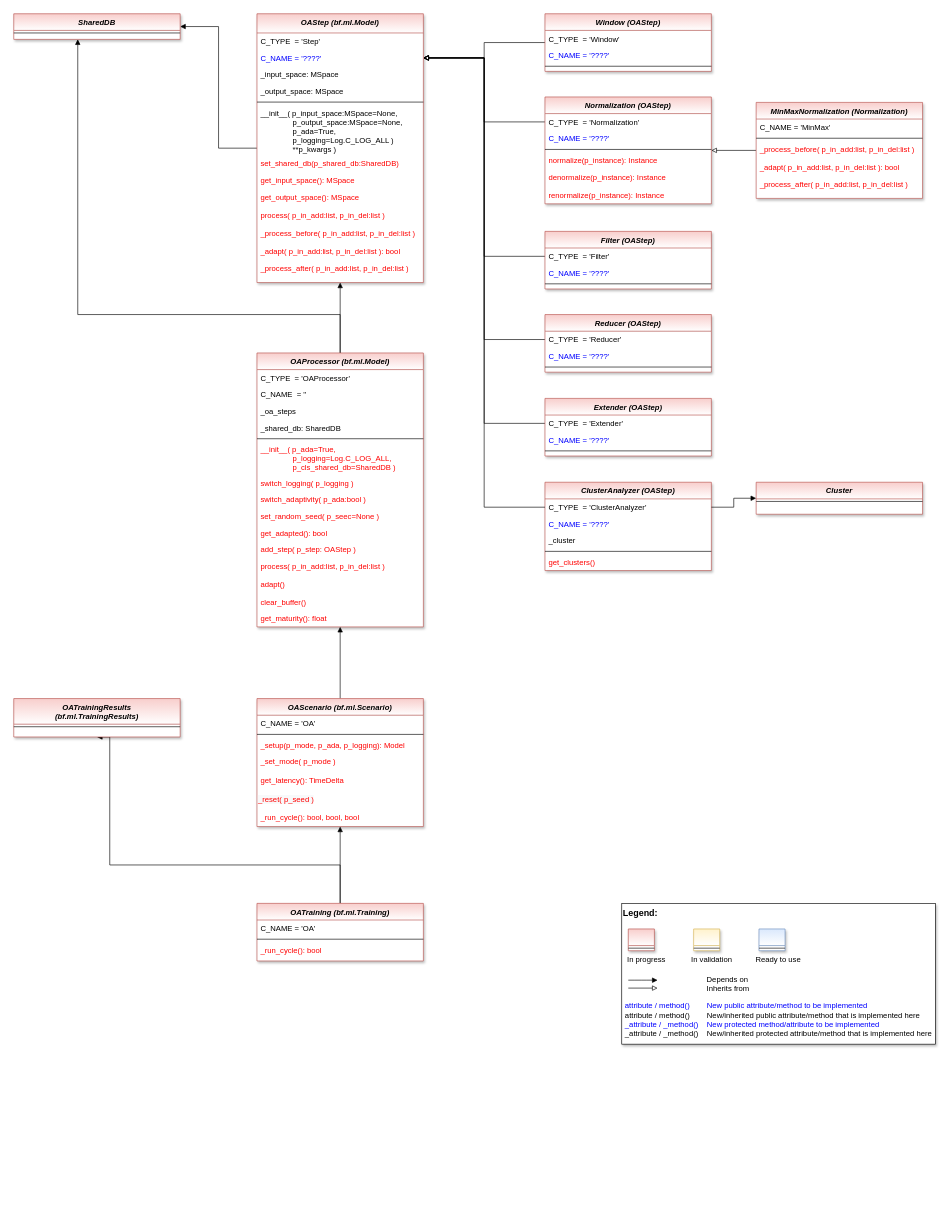
The draw.io diagram doc/rtd/content/append2/core/images/oa/MLPro-OA-Proc_class_diagram.drawio in fhswf/MLPro, before the edit. Source tidied: cells renumbered, new cells numbered last; positions are measured from the earlier drawing's top-left corner, leaving out a move shared by most shapes. Both pictures are drawn from the tidied source at 64%, with x=0, y=0 at pixel (13, 13).
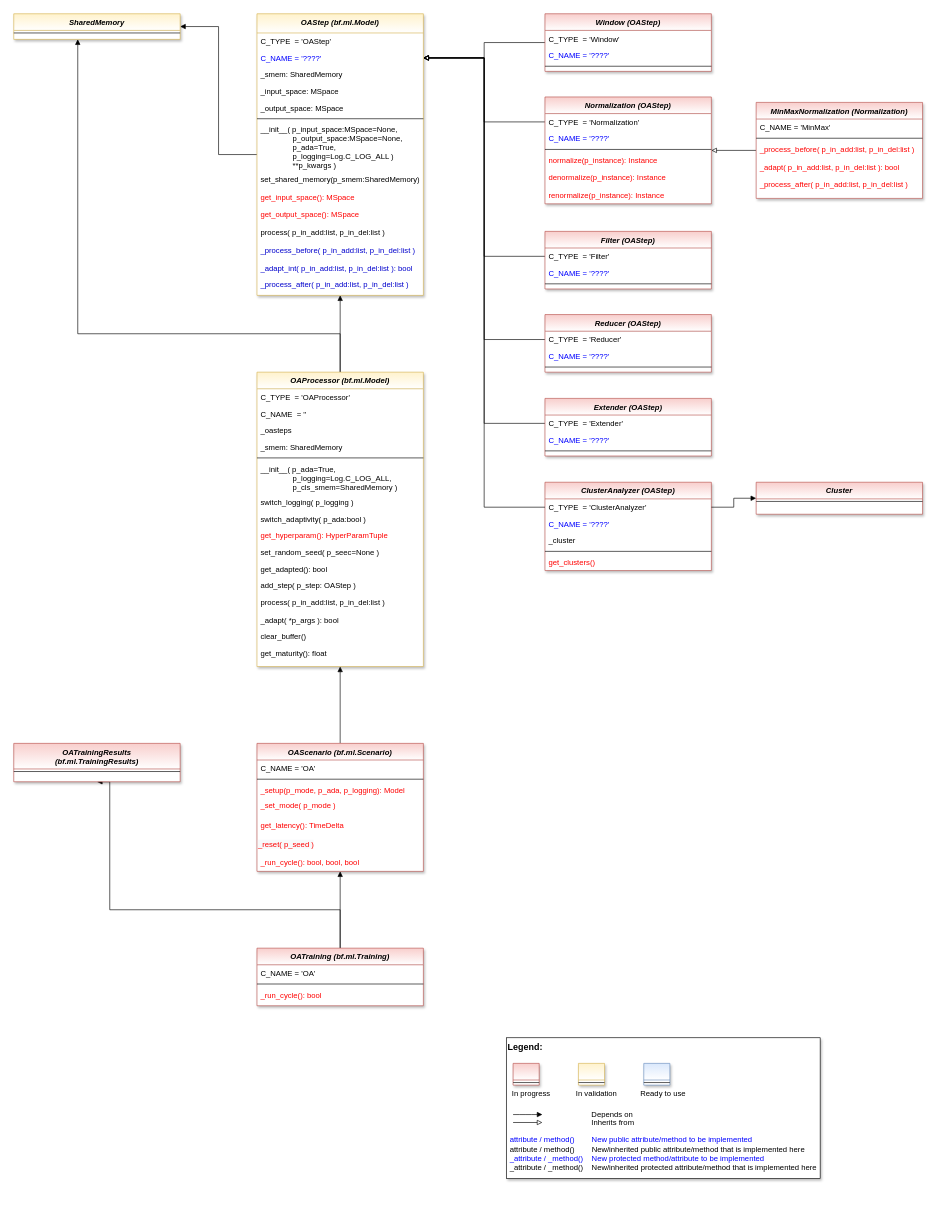
The same page after the edit.

Commit message (it also covers changes not shown here):
Initial design and code of OAStep, OAProcessor

Change to the diagram source:
```diff
@@
-    <mxCell id="3" value="OAStep (bf.ml.Model)" style="swimlane;fontStyle=3;align=center;verticalAlign=top;horizontal=1;startSize=30;rounded=0;shadow=1;strokeWidth=1;fillColor=#f8cecc;strokeColor=#b85450;swimlaneFillColor=#ffffff;gradientColor=#ffffff;" parent="1" vertex="1">
-      <mxGeometry x="380" width="260" height="420" as="geometry" />
+    <mxCell id="3" value="OAStep (bf.ml.Model)" style="swimlane;fontStyle=3;align=center;verticalAlign=top;horizontal=1;startSize=30;rounded=0;shadow=1;strokeWidth=1;fillColor=#fff2cc;strokeColor=#d6b656;swimlaneFillColor=#ffffff;gradientColor=#ffffff;" parent="1" vertex="1">
+      <mxGeometry x="380" width="260" height="440" as="geometry" />
     </mxCell>
-    <mxCell id="4" value="C_TYPE  = 'Step'" style="text;align=left;verticalAlign=top;spacingLeft=4;spacingRight=4;overflow=hidden;" parent="3" vertex="1">
+    <mxCell id="4" value="C_TYPE  = 'OAStep'" style="text;align=left;verticalAlign=top;spacingLeft=4;spacingRight=4;overflow=hidden;" parent="3" vertex="1">
       <mxGeometry y="30" width="260" height="26" as="geometry" />
     </mxCell>
@@
+    <mxCell id="109" value="_smem: SharedMemory" style="text;align=left;verticalAlign=top;spacingLeft=4;spacingRight=4;overflow=hidden;" parent="3" vertex="1">
+      <mxGeometry y="82" width="260" height="26" as="geometry" />
+    </mxCell>
     <mxCell id="6" value="_input_space: MSpace" style="text;align=left;verticalAlign=top;spacingLeft=4;spacingRight=4;overflow=hidden;" parent="3" vertex="1">
-      <mxGeometry y="82" width="260" height="26" as="geometry" />
+      <mxGeometry y="108" width="260" height="26" as="geometry" />
     </mxCell>
     <mxCell id="7" value="_output_space: MSpace" style="text;align=left;verticalAlign=top;spacingLeft=4;spacingRight=4;overflow=hidden;" parent="3" vertex="1">
-      <mxGeometry y="108" width="260" height="26" as="geometry" />
+      <mxGeometry y="134" width="260" height="26" as="geometry" />
     </mxCell>
     <mxCell id="8" style="line;html=1;strokeWidth=1;align=left;verticalAlign=middle;spacingTop=-1;spacingLeft=3;spacingRight=3;labelPosition=right;" parent="3" vertex="1">
-      <mxGeometry y="134" width="260" height="8" as="geometry" />
+      <mxGeometry y="160" width="260" height="8" as="geometry" />
     </mxCell>
     <mxCell id="9" value="__init__( p_input_space:MSpace=None,&#10;               p_output_space:MSpace=None,&#10;               p_ada=True,&#10;               p_logging=Log.C_LOG_ALL )&#10;               **p_kwargs )" style="text;align=left;verticalAlign=top;spacingLeft=4;spacingRight=4;overflow=hidden;" parent="3" vertex="1">
-      <mxGeometry y="142" width="260" height="78" as="geometry" />
+      <mxGeometry y="168" width="260" height="78" as="geometry" />
     </mxCell>
-    <mxCell id="10" value="set_shared_db(p_shared_db:SharedDB)" style="text;align=left;verticalAlign=top;spacingLeft=4;spacingRight=4;overflow=hidden;fontColor=#FF0000;" parent="3" vertex="1">
-      <mxGeometry y="220" width="260" height="27" as="geometry" />
+    <mxCell id="10" value="set_shared_memory(p_smem:SharedMemory)" style="text;align=left;verticalAlign=top;spacingLeft=4;spacingRight=4;overflow=hidden;fontColor=default;" parent="3" vertex="1">
+      <mxGeometry y="246" width="260" height="27" as="geometry" />
     </mxCell>
     <mxCell id="11" value="get_input_space(): MSpace" style="text;align=left;verticalAlign=top;spacingLeft=4;spacingRight=4;overflow=hidden;fontColor=#FF0000;" parent="3" vertex="1">
-      <mxGeometry y="247" width="260" height="27" as="geometry" />
+      <mxGeometry y="273" width="260" height="27" as="geometry" />
     </mxCell>
     <mxCell id="12" value="get_output_space(): MSpace" style="text;align=left;verticalAlign=top;spacingLeft=4;spacingRight=4;overflow=hidden;fontColor=#FF0000;" parent="3" vertex="1">
-      <mxGeometry y="274" width="260" height="28" as="geometry" />
+      <mxGeometry y="300" width="260" height="28" as="geometry" />
     </mxCell>
-    <mxCell id="13" value="process( p_in_add:list, p_in_del:list )&#10;" style="text;align=left;verticalAlign=top;spacingLeft=4;spacingRight=4;overflow=hidden;fontColor=#FF0000;" parent="3" vertex="1">
-      <mxGeometry y="302" width="260" height="28" as="geometry" />
+    <mxCell id="13" value="process( p_in_add:list, p_in_del:list )&#10;" style="text;align=left;verticalAlign=top;spacingLeft=4;spacingRight=4;overflow=hidden;fontColor=default;" parent="3" vertex="1">
+      <mxGeometry y="328" width="260" height="28" as="geometry" />
     </mxCell>
-    <mxCell id="14" value="_process_before( p_in_add:list, p_in_del:list )&#10;" style="text;align=left;verticalAlign=top;spacingLeft=4;spacingRight=4;overflow=hidden;fontColor=#FF0000;" parent="3" vertex="1">
-      <mxGeometry y="330" width="260" height="28" as="geometry" />
+    <mxCell id="14" value="_process_before( p_in_add:list, p_in_del:list )&#10;" style="text;align=left;verticalAlign=top;spacingLeft=4;spacingRight=4;overflow=hidden;fontColor=#0000CC;" parent="3" vertex="1">
+      <mxGeometry y="356" width="260" height="28" as="geometry" />
     </mxCell>
-    <mxCell id="15" value="_adapt( p_in_add:list, p_in_del:list ): bool" style="text;align=left;verticalAlign=top;spacingLeft=4;spacingRight=4;overflow=hidden;fontColor=#FF0000;" parent="3" vertex="1">
-      <mxGeometry y="358" width="260" height="26" as="geometry" />
-    </mxCell>
+    <mxCell id="110" value="_adapt_int( p_in_add:list, p_in_del:list ): bool" style="text;align=left;verticalAlign=top;spacingLeft=4;spacingRight=4;overflow=hidden;fontColor=#0000CC;" parent="3" vertex="1">
+      <mxGeometry y="384" width="260" height="26" as="geometry" />
+    </mxCell>
-    <mxCell id="16" value="_process_after( p_in_add:list, p_in_del:list )&#10;" style="text;align=left;verticalAlign=top;spacingLeft=4;spacingRight=4;overflow=hidden;fontColor=#FF0000;" parent="3" vertex="1">
-      <mxGeometry y="384" width="260" height="28" as="geometry" />
+    <mxCell id="16" value="_process_after( p_in_add:list, p_in_del:list )&#10;" style="text;align=left;verticalAlign=top;spacingLeft=4;spacingRight=4;overflow=hidden;fontColor=#0000CC;" parent="3" vertex="1">
+      <mxGeometry y="410" width="260" height="28" as="geometry" />
     </mxCell>
     <mxCell id="17" style="group;" parent="1" vertex="1">
-      <mxGeometry x="950" y="1390" width="490" height="220" as="geometry" />
+      <mxGeometry x="770" y="1600" width="490" height="220" as="geometry" />
     </mxCell>
@@
     <mxCell id="28" style="edgeStyle=orthogonalEdgeStyle;rounded=0;jettySize=auto;html=1;fontColor=#FF0000;endArrow=block;endFill=1;exitX=0.5;exitY=0;exitDx=0;exitDy=0;" parent="1" edge="1" source="29" target="107">
       <mxGeometry relative="1" as="geometry">
         <Array as="points">
-          <mxPoint x="510" y="470" />
-          <mxPoint x="100" y="470" />
+          <mxPoint x="510" y="500" />
+          <mxPoint x="100" y="500" />
         </Array>
       </mxGeometry>
     </mxCell>
-    <mxCell id="29" value="OAProcessor (bf.ml.Model)" style="swimlane;fontStyle=3;align=center;verticalAlign=top;horizontal=1;startSize=26;rounded=0;shadow=1;strokeWidth=1;fillColor=#f8cecc;strokeColor=#b85450;swimlaneFillColor=#ffffff;gradientColor=#ffffff;" parent="1" vertex="1">
-      <mxGeometry x="380" y="530" width="260" height="428" as="geometry" />
+    <mxCell id="29" value="OAProcessor (bf.ml.Model)" style="swimlane;fontStyle=3;align=center;verticalAlign=top;horizontal=1;startSize=26;rounded=0;shadow=1;strokeWidth=1;fillColor=#fff2cc;strokeColor=#d6b656;swimlaneFillColor=#ffffff;gradientColor=#ffffff;" parent="1" vertex="1">
+      <mxGeometry x="380" y="560" width="260" height="460" as="geometry" />
     </mxCell>
@@
-    <mxCell id="32" value="_oa_steps" style="text;align=left;verticalAlign=top;spacingLeft=4;spacingRight=4;overflow=hidden;" parent="29" vertex="1">
+    <mxCell id="32" value="_oasteps" style="text;align=left;verticalAlign=top;spacingLeft=4;spacingRight=4;overflow=hidden;" parent="29" vertex="1">
       <mxGeometry y="78" width="260" height="26" as="geometry" />
     </mxCell>
-    <mxCell id="33" value="_shared_db: SharedDB" style="text;align=left;verticalAlign=top;spacingLeft=4;spacingRight=4;overflow=hidden;" parent="29" vertex="1">
+    <mxCell id="33" value="_smem: SharedMemory" style="text;align=left;verticalAlign=top;spacingLeft=4;spacingRight=4;overflow=hidden;" parent="29" vertex="1">
       <mxGeometry y="104" width="260" height="26" as="geometry" />
     </mxCell>
@@
-    <mxCell id="35" value="__init__( p_ada=True,&#10;               p_logging=Log.C_LOG_ALL,&#10;               p_cls_shared_db=SharedDB )" style="text;align=left;verticalAlign=top;spacingLeft=4;spacingRight=4;overflow=hidden;fontColor=#FF0000;" parent="29" vertex="1">
+    <mxCell id="35" value="__init__( p_ada=True,&#10;               p_logging=Log.C_LOG_ALL,&#10;               p_cls_smem=SharedMemory )" style="text;align=left;verticalAlign=top;spacingLeft=4;spacingRight=4;overflow=hidden;fontColor=default;" parent="29" vertex="1">
       <mxGeometry y="138" width="260" height="52" as="geometry" />
     </mxCell>
-    <mxCell id="36" value="switch_logging( p_logging ) " style="text;align=left;verticalAlign=top;spacingLeft=4;spacingRight=4;overflow=hidden;fontColor=#FF0000;" parent="29" vertex="1">
+    <mxCell id="36" value="switch_logging( p_logging ) " style="text;align=left;verticalAlign=top;spacingLeft=4;spacingRight=4;overflow=hidden;fontColor=default;" parent="29" vertex="1">
       <mxGeometry y="190" width="260" height="26" as="geometry" />
     </mxCell>
-    <mxCell id="37" value="switch_adaptivity( p_ada:bool )" style="text;align=left;verticalAlign=top;spacingLeft=4;spacingRight=4;overflow=hidden;fontColor=#FF0000;" parent="29" vertex="1">
+    <mxCell id="37" value="switch_adaptivity( p_ada:bool )" style="text;align=left;verticalAlign=top;spacingLeft=4;spacingRight=4;overflow=hidden;fontColor=default;" parent="29" vertex="1">
       <mxGeometry y="216" width="260" height="26" as="geometry" />
     </mxCell>
+    <mxCell id="111" value="get_hyperparam(): HyperParamTuple" style="text;align=left;verticalAlign=top;spacingLeft=4;spacingRight=4;overflow=hidden;fontColor=#FF0000;" parent="29" vertex="1">
+      <mxGeometry y="242" width="260" height="26" as="geometry" />
+    </mxCell>
-    <mxCell id="38" value="set_random_seed( p_seec=None )" style="text;align=left;verticalAlign=top;spacingLeft=4;spacingRight=4;overflow=hidden;fontColor=#FF0000;" parent="29" vertex="1">
-      <mxGeometry y="242" width="260" height="26" as="geometry" />
+    <mxCell id="38" value="set_random_seed( p_seec=None )" style="text;align=left;verticalAlign=top;spacingLeft=4;spacingRight=4;overflow=hidden;fontColor=default;" parent="29" vertex="1">
+      <mxGeometry y="268" width="260" height="26" as="geometry" />
     </mxCell>
-    <mxCell id="39" value="get_adapted(): bool" style="text;align=left;verticalAlign=top;spacingLeft=4;spacingRight=4;overflow=hidden;fontColor=#FF0000;" parent="29" vertex="1">
-      <mxGeometry y="268" width="260" height="26" as="geometry" />
+    <mxCell id="39" value="get_adapted(): bool" style="text;align=left;verticalAlign=top;spacingLeft=4;spacingRight=4;overflow=hidden;fontColor=default;" parent="29" vertex="1">
+      <mxGeometry y="294" width="260" height="26" as="geometry" />
     </mxCell>
-    <mxCell id="40" value="add_step( p_step: OAStep )" style="text;align=left;verticalAlign=top;spacingLeft=4;spacingRight=4;overflow=hidden;fontColor=#FF0000;" parent="29" vertex="1">
-      <mxGeometry y="294" width="260" height="26" as="geometry" />
+    <mxCell id="40" value="add_step( p_step: OAStep )" style="text;align=left;verticalAlign=top;spacingLeft=4;spacingRight=4;overflow=hidden;fontColor=default;" parent="29" vertex="1">
+      <mxGeometry y="320" width="260" height="26" as="geometry" />
     </mxCell>
-    <mxCell id="41" value="process( p_in_add:list, p_in_del:list )&#10;" style="text;align=left;verticalAlign=top;spacingLeft=4;spacingRight=4;overflow=hidden;fontColor=#FF0000;" parent="29" vertex="1">
-      <mxGeometry y="320" width="260" height="28" as="geometry" />
+    <mxCell id="41" value="process( p_in_add:list, p_in_del:list )&#10;" style="text;align=left;verticalAlign=top;spacingLeft=4;spacingRight=4;overflow=hidden;fontColor=default;" parent="29" vertex="1">
+      <mxGeometry y="346" width="260" height="28" as="geometry" />
     </mxCell>
-    <mxCell id="42" value="adapt()" style="text;align=left;verticalAlign=top;spacingLeft=4;spacingRight=4;overflow=hidden;fontColor=#FF0000;" parent="29" vertex="1">
-      <mxGeometry y="348" width="260" height="28" as="geometry" />
-    </mxCell>
+    <mxCell id="112" value="_adapt( *p_args ): bool" style="text;align=left;verticalAlign=top;spacingLeft=4;spacingRight=4;overflow=hidden;fontColor=default;" parent="29" vertex="1">
+      <mxGeometry y="374" width="260" height="26" as="geometry" />
+    </mxCell>
-    <mxCell id="43" value="clear_buffer()" style="text;align=left;verticalAlign=top;spacingLeft=4;spacingRight=4;overflow=hidden;fontColor=#FF0000;" parent="29" vertex="1">
-      <mxGeometry y="376" width="260" height="26" as="geometry" />
+    <mxCell id="43" value="clear_buffer()" style="text;align=left;verticalAlign=top;spacingLeft=4;spacingRight=4;overflow=hidden;fontColor=default;" parent="29" vertex="1">
+      <mxGeometry y="400" width="260" height="26" as="geometry" />
     </mxCell>
-    <mxCell id="44" value="get_maturity(): float" style="text;align=left;verticalAlign=top;spacingLeft=4;spacingRight=4;overflow=hidden;fontColor=#FF0000;" parent="29" vertex="1">
-      <mxGeometry y="402" width="260" height="26" as="geometry" />
+    <mxCell id="44" value="get_maturity(): float" style="text;align=left;verticalAlign=top;spacingLeft=4;spacingRight=4;overflow=hidden;fontColor=default;" parent="29" vertex="1">
+      <mxGeometry y="426" width="260" height="26" as="geometry" />
     </mxCell>
-    <mxCell id="45" style="edgeStyle=orthogonalEdgeStyle;rounded=0;jettySize=auto;html=1;endArrow=block;endFill=1;fontColor=#0000FF;" parent="1" edge="1" source="46" target="29">
+    <mxCell id="45" style="edgeStyle=orthogonalEdgeStyle;rounded=0;jettySize=auto;html=1;endArrow=block;endFill=1;fontColor=#0000FF;entryX=0.5;entryY=1;entryDx=0;entryDy=0;" parent="1" edge="1" source="46" target="29">
       <mxGeometry relative="1" as="geometry" />
     </mxCell>
     <mxCell id="46" value="OAScenario (bf.ml.Scenario)" style="swimlane;fontStyle=3;align=center;verticalAlign=top;horizontal=1;startSize=26;rounded=0;shadow=1;strokeWidth=1;fillColor=#f8cecc;strokeColor=#b85450;swimlaneFillColor=#ffffff;gradientColor=#ffffff;" parent="1" vertex="1">
-      <mxGeometry x="380" y="1070" width="260" height="200" as="geometry" />
+      <mxGeometry x="380" y="1140" width="260" height="200" as="geometry" />
     </mxCell>
@@
     <mxCell id="55" style="edgeStyle=orthogonalEdgeStyle;rounded=0;jettySize=auto;html=1;entryX=0.5;entryY=1;entryDx=0;entryDy=0;endArrow=block;endFill=1;fontColor=#0000FF;exitX=0.5;exitY=0;exitDx=0;exitDy=0;" parent="1" edge="1" source="56" target="60">
       <mxGeometry relative="1" as="geometry">
         <Array as="points">
-          <mxPoint x="510" y="1330" />
-          <mxPoint x="150" y="1330" />
+          <mxPoint x="510" y="1400" />
+          <mxPoint x="150" y="1400" />
         </Array>
       </mxGeometry>
     </mxCell>
     <mxCell id="56" value="OATraining (bf.ml.Training)" style="swimlane;fontStyle=3;align=center;verticalAlign=top;horizontal=1;startSize=26;rounded=0;shadow=1;strokeWidth=1;fillColor=#f8cecc;strokeColor=#b85450;swimlaneFillColor=#ffffff;gradientColor=#ffffff;" parent="1" vertex="1">
-      <mxGeometry x="380" y="1390" width="260" height="90" as="geometry" />
+      <mxGeometry x="380" y="1460" width="260" height="90" as="geometry" />
     </mxCell>
@@
     <mxCell id="60" value="OATrainingResults &#10;(bf.ml.TrainingResults)" style="swimlane;fontStyle=3;align=center;verticalAlign=top;horizontal=1;startSize=40;rounded=0;shadow=1;strokeWidth=1;fillColor=#f8cecc;strokeColor=#b85450;swimlaneFillColor=#ffffff;gradientColor=#ffffff;" parent="1" vertex="1">
-      <mxGeometry y="1070" width="260" height="60" as="geometry" />
+      <mxGeometry y="1140" width="260" height="60" as="geometry" />
     </mxCell>
@@
-    <mxCell id="107" value="SharedDB" style="swimlane;fontStyle=3;align=center;verticalAlign=top;horizontal=1;startSize=26;rounded=0;shadow=1;strokeWidth=1;fillColor=#f8cecc;strokeColor=#b85450;swimlaneFillColor=#ffffff;gradientColor=#ffffff;" parent="1" vertex="1">
+    <mxCell id="107" value="SharedMemory" style="swimlane;fontStyle=3;align=center;verticalAlign=top;horizontal=1;startSize=26;rounded=0;shadow=1;strokeWidth=1;fillColor=#fff2cc;strokeColor=#d6b656;swimlaneFillColor=#ffffff;gradientColor=#ffffff;" parent="1" vertex="1">
       <mxGeometry width="260" height="40" as="geometry" />
     </mxCell>
```
